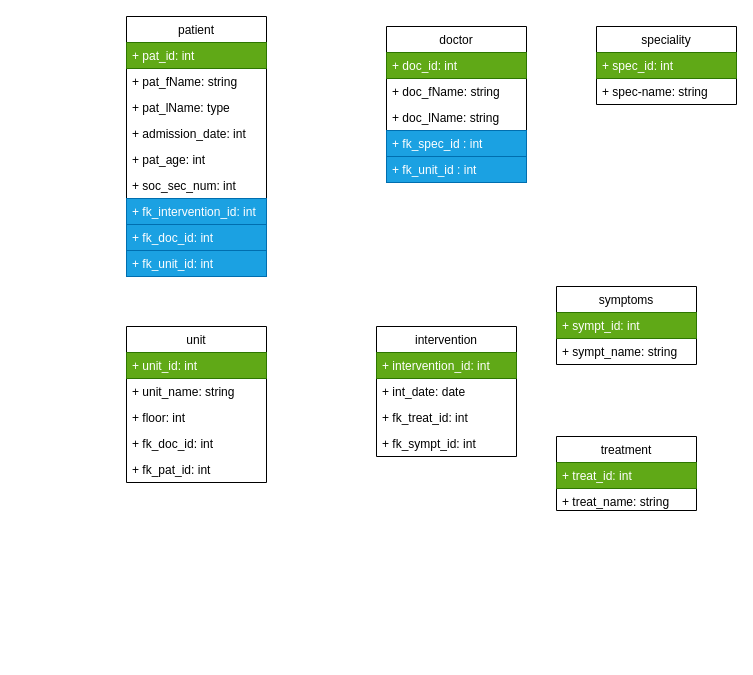
This is page "Copy of Page-3" (4 of 4) of claus/healthcenter.drawio from OinkoIT/BE16-MySQL-DAY2-Claus-Markus, a draw.io file, before an edit. Source tidied: cells renumbered, new cells numbered last; positions are measured from the earlier drawing's top-left corner, leaving out a move shared by most shapes. Both pictures are drawn from the tidied source at 100%, with x=0, y=0 at pixel (126, 16).
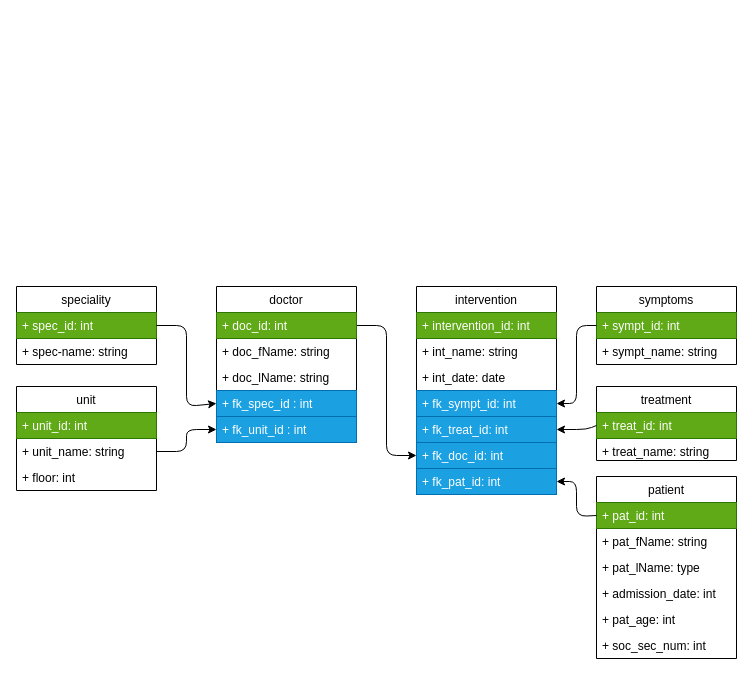
After the change.

Commit message (it also covers changes not shown here):
health & transport

Unchanged cells that the change refers to:
```xml
<mxCell id="8" value="+ pat_id: int" style="text;strokeColor=#2D7600;fillColor=#60a917;align=left;verticalAlign=top;spacingLeft=4;spacingRight=4;overflow=hidden;points=[[0,0.5],[1,0.5]];portConstraint=eastwest;fontColor=#ffffff;" parent="7" vertex="1">
  <mxGeometry y="26" width="140" height="26" as="geometry" />
</mxCell>
<mxCell id="22" value="+ fk_unit_id : int" style="text;strokeColor=#006EAF;fillColor=#1ba1e2;align=left;verticalAlign=top;spacingLeft=4;spacingRight=4;overflow=hidden;points=[[0,0.5],[1,0.5]];portConstraint=eastwest;fontColor=#ffffff;" parent="17" vertex="1">
  <mxGeometry y="130" width="140" height="26" as="geometry" />
</mxCell>
<mxCell id="25" value="+ unit_name: string" style="text;strokeColor=none;fillColor=none;align=left;verticalAlign=top;spacingLeft=4;spacingRight=4;overflow=hidden;points=[[0,0.5],[1,0.5]];portConstraint=eastwest;" parent="23" vertex="1">
  <mxGeometry y="52" width="140" height="26" as="geometry" />
</mxCell>
<mxCell id="30" value="+ spec_id: int" style="text;strokeColor=#2D7600;fillColor=#60a917;align=left;verticalAlign=top;spacingLeft=4;spacingRight=4;overflow=hidden;points=[[0,0.5],[1,0.5]];portConstraint=eastwest;fontColor=#ffffff;" parent="29" vertex="1">
  <mxGeometry y="26" width="140" height="26" as="geometry" />
</mxCell>
<mxCell id="33" value="+ treat_id: int" style="text;strokeColor=#2D7600;fillColor=#60a917;align=left;verticalAlign=top;spacingLeft=4;spacingRight=4;overflow=hidden;points=[[0,0.5],[1,0.5]];portConstraint=eastwest;fontColor=#ffffff;" parent="32" vertex="1">
  <mxGeometry y="26" width="140" height="26" as="geometry" />
</mxCell>
<mxCell id="36" value="+ sympt_id: int" style="text;strokeColor=#2D7600;fillColor=#60a917;align=left;verticalAlign=top;spacingLeft=4;spacingRight=4;overflow=hidden;points=[[0,0.5],[1,0.5]];portConstraint=eastwest;fontColor=#ffffff;" parent="35" vertex="1">
  <mxGeometry y="26" width="140" height="26" as="geometry" />
</mxCell>
```

Diff of the diagram source:
```diff
@@
-    <mxCell id="2" value="intervention" style="swimlane;fontStyle=0;horizontal=1;startSize=26;fillColor=none;" parent="1" vertex="1">
-      <mxGeometry x="250" y="310" width="140" height="130" as="geometry" />
+    <mxCell id="2" value="intervention" style="swimlane;fontStyle=0;horizontal=1;startSize=26;" parent="1" vertex="1">
+      <mxGeometry x="290" y="270" width="140" height="208" as="geometry" />
     </mxCell>
@@
-    <mxCell id="4" value="+ int_date: date" style="text;strokeColor=none;fillColor=none;align=left;verticalAlign=top;spacingLeft=4;spacingRight=4;overflow=hidden;" parent="2" vertex="1">
+    <mxCell id="4" value="+ int_name: string" style="text;strokeColor=none;fillColor=none;align=left;verticalAlign=top;spacingLeft=4;spacingRight=4;overflow=hidden;" parent="2" vertex="1">
       <mxGeometry y="52" width="140" height="26" as="geometry" />
     </mxCell>
+    <mxCell id="38" value="+ int_date: date" style="text;strokeColor=none;fillColor=none;align=left;verticalAlign=top;spacingLeft=4;spacingRight=4;overflow=hidden;" parent="2" vertex="1">
+      <mxGeometry y="78" width="140" height="26" as="geometry" />
+    </mxCell>
+    <mxCell id="6" value="+ fk_sympt_id: int" style="text;strokeColor=#006EAF;fillColor=#1ba1e2;align=left;verticalAlign=top;spacingLeft=4;spacingRight=4;overflow=hidden;points=[[0,0.5],[1,0.5]];portConstraint=eastwest;fontColor=#ffffff;" parent="2" vertex="1">
+      <mxGeometry y="104" width="140" height="26" as="geometry" />
+    </mxCell>
-    <mxCell id="5" value="+ fk_treat_id: int" style="text;strokeColor=none;fillColor=none;align=left;verticalAlign=top;spacingLeft=4;spacingRight=4;overflow=hidden;points=[[0,0.5],[1,0.5]];portConstraint=eastwest;" parent="2" vertex="1">
-      <mxGeometry y="78" width="140" height="26" as="geometry" />
+    <mxCell id="5" value="+ fk_treat_id: int" style="text;strokeColor=#006EAF;fillColor=#1ba1e2;align=left;verticalAlign=top;spacingLeft=4;spacingRight=4;overflow=hidden;points=[[0,0.5],[1,0.5]];portConstraint=eastwest;fontColor=#ffffff;" parent="2" vertex="1">
+      <mxGeometry y="130" width="140" height="26" as="geometry" />
     </mxCell>
-    <mxCell id="6" value="+ fk_sympt_id: int" style="text;strokeColor=none;fillColor=none;align=left;verticalAlign=top;spacingLeft=4;spacingRight=4;overflow=hidden;points=[[0,0.5],[1,0.5]];portConstraint=eastwest;" parent="2" vertex="1">
-      <mxGeometry y="104" width="140" height="26" as="geometry" />
-    </mxCell>
+    <mxCell id="28" value="+ fk_doc_id: int" style="text;strokeColor=#006EAF;fillColor=#1ba1e2;align=left;verticalAlign=top;spacingLeft=4;spacingRight=4;overflow=hidden;points=[[0,0.5],[1,0.5]];portConstraint=eastwest;fontColor=#ffffff;" parent="2" vertex="1">
+      <mxGeometry y="156" width="140" height="26" as="geometry" />
+    </mxCell>
+    <mxCell id="39" value="+ fk_pat_id: int" style="text;strokeColor=#006EAF;fillColor=#1ba1e2;align=left;verticalAlign=top;spacingLeft=4;spacingRight=4;overflow=hidden;points=[[0,0.5],[1,0.5]];portConstraint=eastwest;fontColor=#ffffff;" parent="2" vertex="1">
+      <mxGeometry y="182" width="140" height="26" as="geometry" />
+    </mxCell>
-    <mxCell id="7" value="patient" style="swimlane;fontStyle=0;horizontal=1;startSize=26;fillColor=none;" parent="1" vertex="1">
-      <mxGeometry width="140" height="260" as="geometry" />
+    <mxCell id="7" value="patient" style="swimlane;fontStyle=0;horizontal=1;startSize=26;" parent="1" vertex="1">
+      <mxGeometry x="470" y="460" width="140" height="182" as="geometry" />
     </mxCell>
@@
-    <mxCell id="14" value="+ fk_intervention_id: int" style="text;strokeColor=#006EAF;fillColor=#1ba1e2;align=left;verticalAlign=top;spacingLeft=4;spacingRight=4;overflow=hidden;fontColor=#ffffff;" parent="7" vertex="1">
-      <mxGeometry y="182" width="140" height="26" as="geometry" />
-    </mxCell>
-    <mxCell id="15" value="+ fk_doc_id: int" style="text;strokeColor=#006EAF;fillColor=#1ba1e2;align=left;verticalAlign=top;spacingLeft=4;spacingRight=4;overflow=hidden;fontColor=#ffffff;" parent="7" vertex="1">
-      <mxGeometry y="208" width="140" height="26" as="geometry" />
-    </mxCell>
-    <mxCell id="16" value="+ fk_unit_id: int" style="text;strokeColor=#006EAF;fillColor=#1ba1e2;align=left;verticalAlign=top;spacingLeft=4;spacingRight=4;overflow=hidden;fontColor=#ffffff;" parent="7" vertex="1">
-      <mxGeometry y="234" width="140" height="26" as="geometry" />
-    </mxCell>
+    <mxCell id="40" style="edgeStyle=none;html=1;exitX=1;exitY=0.25;exitDx=0;exitDy=0;entryX=0;entryY=0.5;entryDx=0;entryDy=0;" parent="1" edge="1" source="17" target="28">
+      <mxGeometry relative="1" as="geometry">
+        <Array as="points">
+          <mxPoint x="260" y="309" />
+          <mxPoint x="260" y="439" />
+        </Array>
+      </mxGeometry>
+    </mxCell>
-    <mxCell id="17" value="doctor" style="swimlane;fontStyle=0;horizontal=1;startSize=26;fillColor=none;" parent="1" vertex="1">
-      <mxGeometry x="260" y="10" width="140" height="156" as="geometry" />
+    <mxCell id="17" value="doctor" style="swimlane;fontStyle=0;horizontal=1;startSize=26;" parent="1" vertex="1">
+      <mxGeometry x="90" y="270" width="140" height="156" as="geometry" />
     </mxCell>
@@
-    <mxCell id="23" value="unit" style="swimlane;fontStyle=0;horizontal=1;startSize=26;fillColor=none;" parent="1" vertex="1">
-      <mxGeometry y="310" width="140" height="156" as="geometry" />
+    <mxCell id="23" value="unit" style="swimlane;fontStyle=0;horizontal=1;startSize=26;" parent="1" vertex="1">
+      <mxGeometry x="-110" y="370" width="140" height="104" as="geometry" />
     </mxCell>
@@
-    <mxCell id="27" value="+ fk_doc_id: int" style="text;strokeColor=none;fillColor=none;align=left;verticalAlign=top;spacingLeft=4;spacingRight=4;overflow=hidden;" parent="23" vertex="1">
-      <mxGeometry y="104" width="140" height="26" as="geometry" />
-    </mxCell>
-    <mxCell id="28" value="+ fk_pat_id: int" style="text;strokeColor=none;fillColor=none;align=left;verticalAlign=top;spacingLeft=4;spacingRight=4;overflow=hidden;points=[[0,0.5],[1,0.5]];portConstraint=eastwest;" parent="23" vertex="1">
-      <mxGeometry y="130" width="140" height="26" as="geometry" />
-    </mxCell>
-    <mxCell id="29" value="speciality" style="swimlane;fontStyle=0;horizontal=1;startSize=26;fillColor=none;" parent="1" vertex="1">
-      <mxGeometry x="470" y="10" width="140" height="78" as="geometry" />
+    <mxCell id="29" value="speciality" style="swimlane;fontStyle=0;horizontal=1;startSize=26;" parent="1" vertex="1">
+      <mxGeometry x="-110" y="270" width="140" height="78" as="geometry" />
     </mxCell>
@@
-    <mxCell id="32" value="treatment" style="swimlane;fontStyle=0;horizontal=1;startSize=26;fillColor=none;" parent="1" vertex="1">
-      <mxGeometry x="430" y="420" width="140" height="74" as="geometry" />
+    <mxCell id="32" value="treatment" style="swimlane;fontStyle=0;horizontal=1;startSize=26;" parent="1" vertex="1">
+      <mxGeometry x="470" y="370" width="140" height="74" as="geometry" />
     </mxCell>
@@
-    <mxCell id="35" value="symptoms" style="swimlane;fontStyle=0;horizontal=1;startSize=26;fillColor=none;" parent="1" vertex="1">
-      <mxGeometry x="430" y="270" width="140" height="78" as="geometry" />
+    <mxCell id="35" value="symptoms" style="swimlane;fontStyle=0;horizontal=1;startSize=26;" parent="1" vertex="1">
+      <mxGeometry x="470" y="270" width="140" height="78" as="geometry" />
     </mxCell>
@@
+    <mxCell id="41" style="edgeStyle=none;html=1;exitX=0;exitY=0.5;exitDx=0;exitDy=0;entryX=1;entryY=0.5;entryDx=0;entryDy=0;" parent="1" edge="1" source="36" target="6">
+      <mxGeometry relative="1" as="geometry">
+        <Array as="points">
+          <mxPoint x="450" y="309" />
+          <mxPoint x="450" y="387" />
+        </Array>
+      </mxGeometry>
+    </mxCell>
+    <mxCell id="42" style="edgeStyle=none;html=1;exitX=0;exitY=0.5;exitDx=0;exitDy=0;entryX=1;entryY=0.5;entryDx=0;entryDy=0;" parent="1" edge="1" source="33" target="5">
+      <mxGeometry relative="1" as="geometry">
+        <Array as="points">
+          <mxPoint x="460" y="413" />
+        </Array>
+      </mxGeometry>
+    </mxCell>
+    <mxCell id="43" style="edgeStyle=none;html=1;exitX=0;exitY=0.5;exitDx=0;exitDy=0;entryX=1;entryY=0.5;entryDx=0;entryDy=0;" parent="1" edge="1" source="8" target="39">
+      <mxGeometry relative="1" as="geometry">
+        <Array as="points">
+          <mxPoint x="450" y="500" />
+          <mxPoint x="450" y="465" />
+        </Array>
+      </mxGeometry>
+    </mxCell>
+    <mxCell id="44" style="edgeStyle=none;html=1;exitX=1;exitY=0.5;exitDx=0;exitDy=0;entryX=0;entryY=0.75;entryDx=0;entryDy=0;" parent="1" edge="1" source="30" target="17">
+      <mxGeometry relative="1" as="geometry">
+        <Array as="points">
+          <mxPoint x="60" y="309" />
+          <mxPoint x="60" y="390" />
+        </Array>
+      </mxGeometry>
+    </mxCell>
+    <mxCell id="45" style="edgeStyle=none;html=1;exitX=1;exitY=0.5;exitDx=0;exitDy=0;entryX=0;entryY=0.5;entryDx=0;entryDy=0;" parent="1" edge="1" source="25" target="22">
+      <mxGeometry relative="1" as="geometry">
+        <Array as="points">
+          <mxPoint x="60" y="435" />
+          <mxPoint x="60" y="413" />
+        </Array>
+      </mxGeometry>
+    </mxCell>
```
